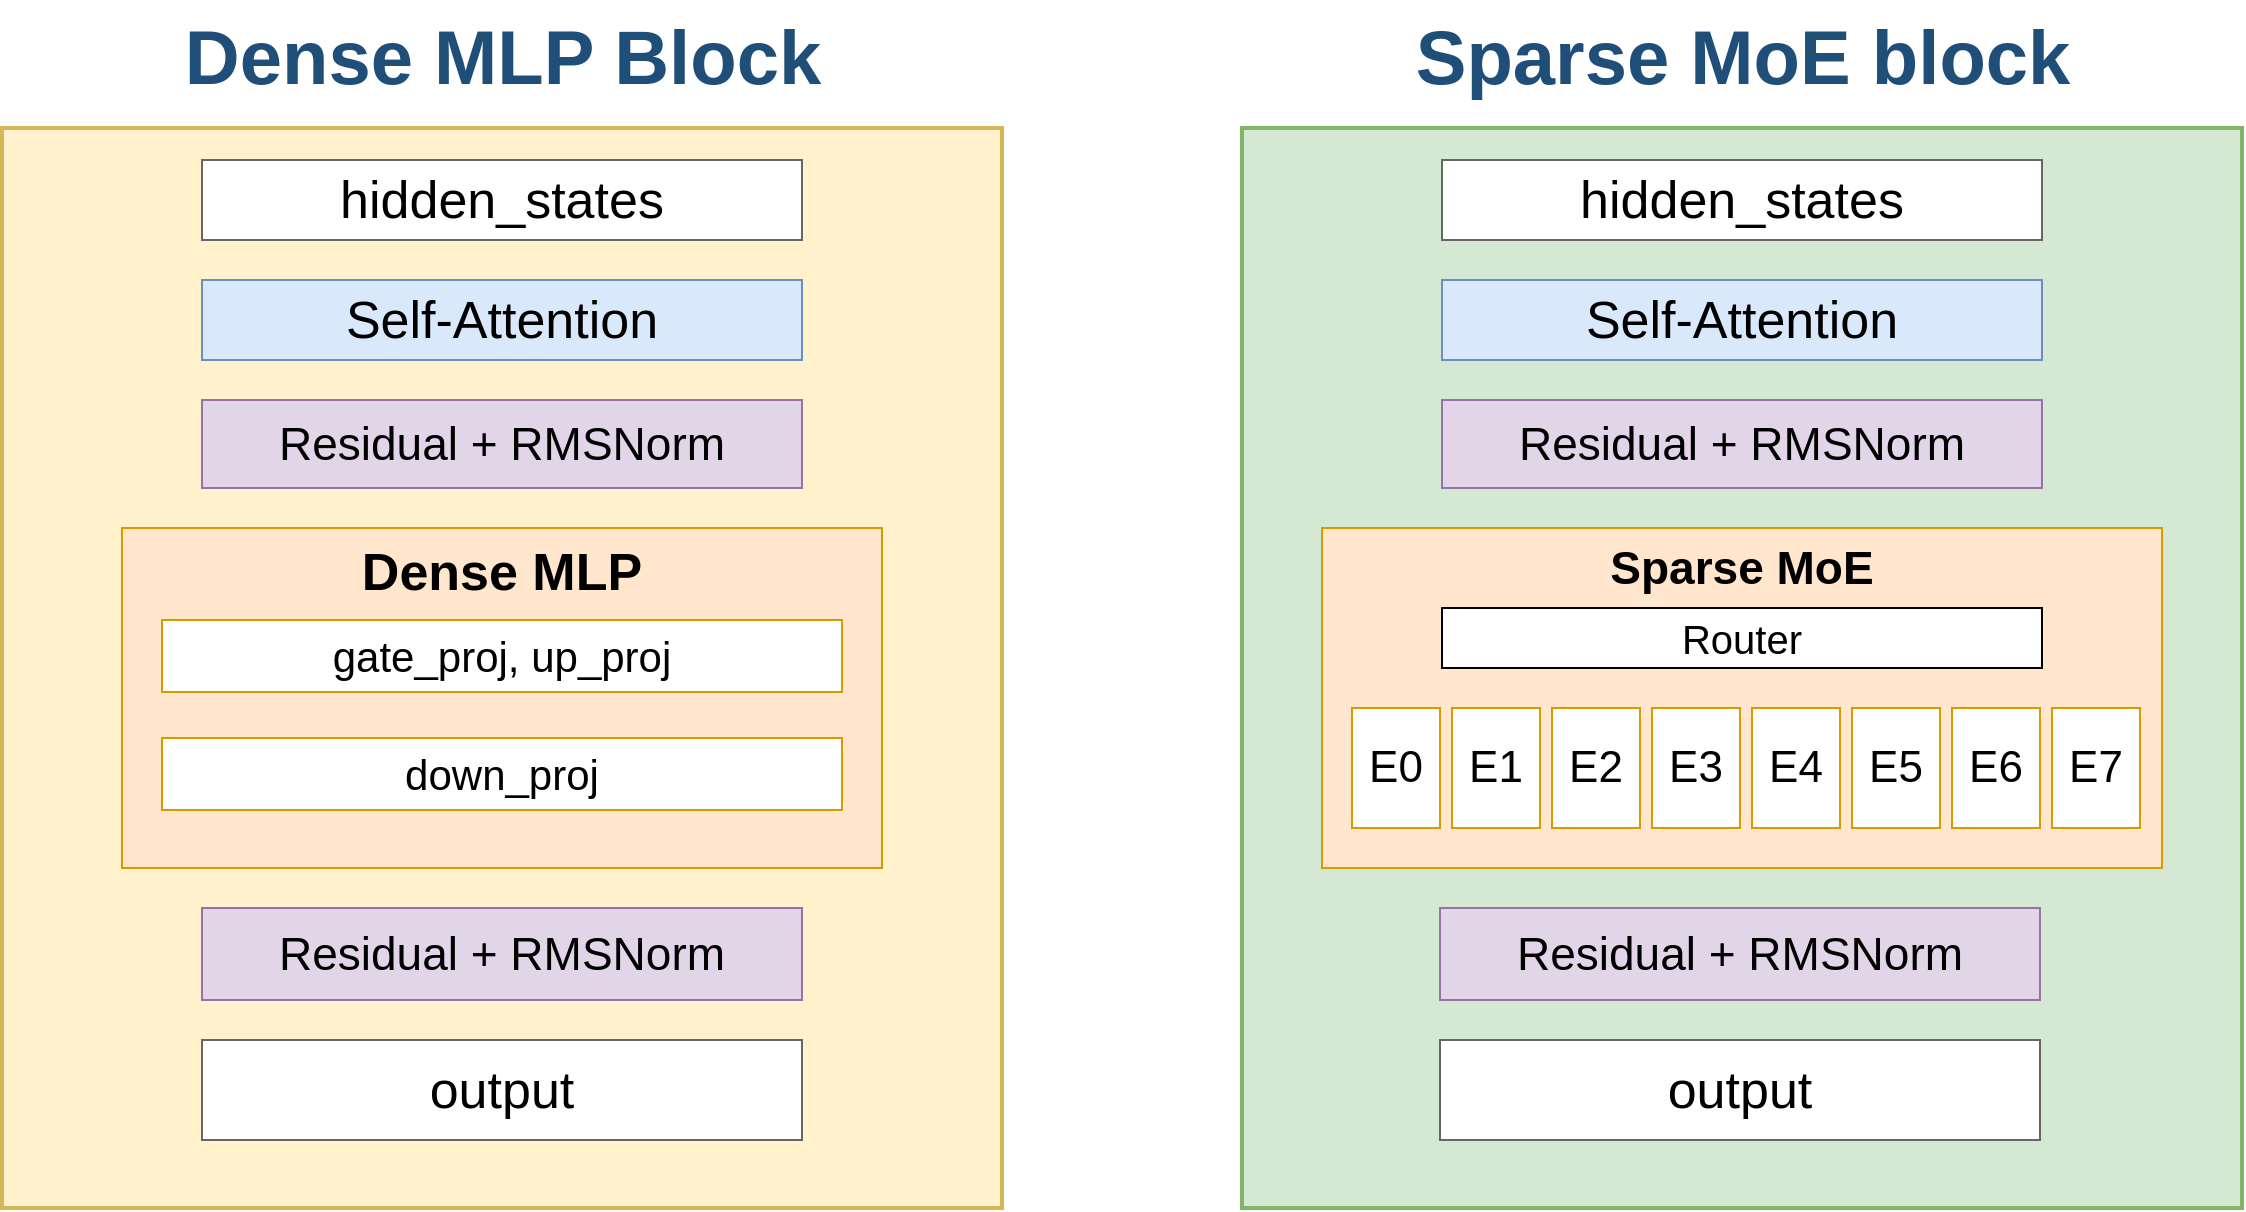
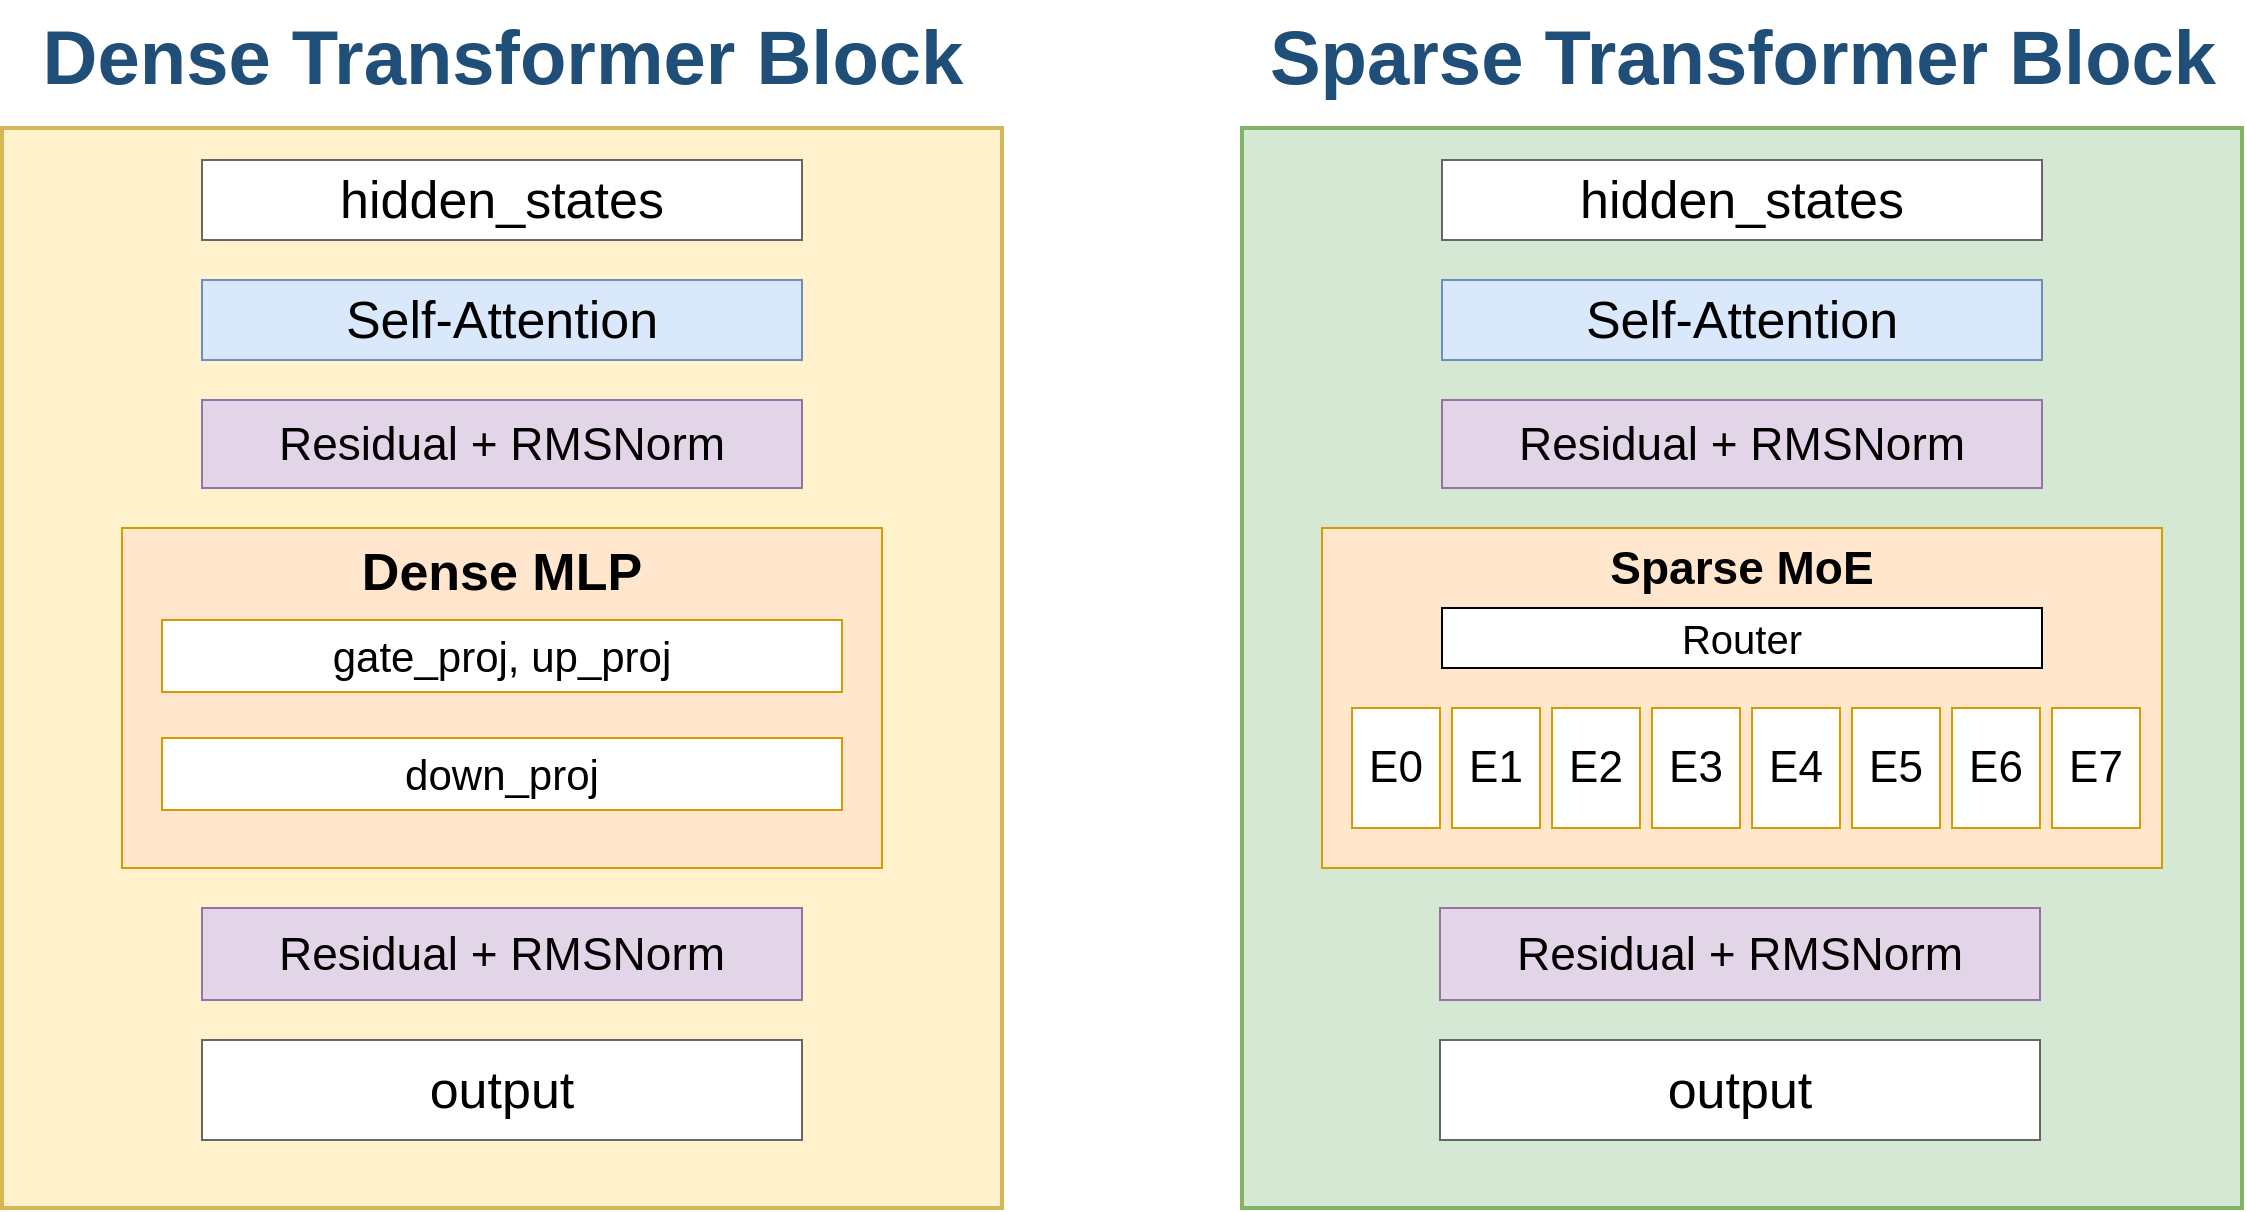
<mxfile host="65bd71144e">
    <diagram name="dense-to-sparse" id="dense-to-sparse">
-         <mxGraphModel dx="1967" dy="725" grid="1" gridSize="10" guides="1" tooltips="1" connect="1" arrows="1" fold="1" page="1" pageScale="1" pageWidth="1168" pageHeight="628" math="0" shadow="0">
+         <mxGraphModel dx="858" dy="928" grid="1" gridSize="10" guides="1" tooltips="1" connect="1" arrows="1" fold="1" page="1" pageScale="1" pageWidth="1168" pageHeight="628" math="0" shadow="0">
            <root>
                <mxCell id="0"/>
                <mxCell id="1" parent="0"/>
-                 <mxCell id="title_l" value="Dense MLP Block" style="text;html=1;align=center;fontSize=38;fontStyle=1;fontColor=#1F4E79;" parent="1" vertex="1">
+                 <mxCell id="title_l" value="Dense Transformer Block" style="text;html=1;align=center;fontSize=38;fontStyle=1;fontColor=#1F4E79;" parent="1" vertex="1">
                    <mxGeometry x="24" width="500" height="32" as="geometry"/>
                </mxCell>
-                 <mxCell id="title_r" value="Sparse MoE block" style="text;html=1;align=center;fontSize=38;fontStyle=1;fontColor=#1F4E79;" parent="1" vertex="1">
+                 <mxCell id="title_r" value="Sparse Transformer Block" style="text;html=1;align=center;fontSize=38;fontStyle=1;fontColor=#1F4E79;" parent="1" vertex="1">
                    <mxGeometry x="644" width="500" height="32" as="geometry"/>
                </mxCell>
                <mxCell id="box_l" value="" style="rounded=0;whiteSpace=wrap;html=1;fillColor=#FFF2CC;strokeColor=#D6B656;strokeWidth=2;" parent="1" vertex="1">
                    <mxGeometry x="24" y="64" width="500" height="540" as="geometry"/>
                </mxCell>
                <mxCell id="box_r" value="" style="rounded=0;whiteSpace=wrap;html=1;fillColor=#D5E8D4;strokeColor=#82B366;strokeWidth=2;" parent="1" vertex="1">
                    <mxGeometry x="644" y="64" width="500" height="540" as="geometry"/>
                </mxCell>
                <mxCell id="l_in" value="hidden_states" style="rounded=0;whiteSpace=wrap;html=1;fillColor=#ffffff;strokeColor=#666;fontSize=26;" parent="1" vertex="1">
                    <mxGeometry x="124" y="80" width="300" height="40" as="geometry"/>
                </mxCell>
                <mxCell id="l_attn" value="Self-Attention" style="rounded=0;whiteSpace=wrap;html=1;fillColor=#DAE8FC;strokeColor=#6C8EBF;fontSize=26;" parent="1" vertex="1">
                    <mxGeometry x="124" y="140" width="300" height="40" as="geometry"/>
                </mxCell>
                <mxCell id="l_norm1" value="Residual + RMSNorm" style="rounded=0;whiteSpace=wrap;html=1;fillColor=#E1D5E7;strokeColor=#9673A6;fontSize=23;" parent="1" vertex="1">
                    <mxGeometry x="124" y="200" width="300" height="44" as="geometry"/>
                </mxCell>
                <mxCell id="l_mlp" value="Dense MLP" style="rounded=0;whiteSpace=wrap;html=1;fillColor=#FFE6CC;strokeColor=#D79B00;fontSize=26;fontStyle=1;verticalAlign=top;" parent="1" vertex="1">
                    <mxGeometry x="84" y="264" width="380" height="170" as="geometry"/>
                </mxCell>
                <mxCell id="l_w13" value="&lt;font style=&quot;font-size: 21px;&quot;&gt;gate_proj, up_proj&lt;/font&gt;" style="rounded=0;whiteSpace=wrap;html=1;fillColor=#ffffff;strokeColor=#D79B00;fontSize=23;" parent="1" vertex="1">
                    <mxGeometry x="104" y="310" width="340" height="36" as="geometry"/>
                </mxCell>
                <mxCell id="l_w2" value="&lt;font style=&quot;font-size: 21px;&quot;&gt;down_proj&lt;/font&gt;" style="rounded=0;whiteSpace=wrap;html=1;fillColor=#ffffff;strokeColor=#D79B00;fontSize=23;" parent="1" vertex="1">
                    <mxGeometry x="104" y="369" width="340" height="36" as="geometry"/>
                </mxCell>
                <mxCell id="l_norm2" value="Residual + RMSNorm" style="rounded=0;whiteSpace=wrap;html=1;fillColor=#E1D5E7;strokeColor=#9673A6;fontSize=23;" parent="1" vertex="1">
                    <mxGeometry x="124" y="454" width="300" height="46" as="geometry"/>
                </mxCell>
                <mxCell id="l_out" value="output" style="rounded=0;whiteSpace=wrap;html=1;fillColor=#ffffff;strokeColor=#666;fontSize=26;" parent="1" vertex="1">
                    <mxGeometry x="124" y="520" width="300" height="50" as="geometry"/>
                </mxCell>
                <mxCell id="r_in" value="hidden_states" style="rounded=0;whiteSpace=wrap;html=1;fillColor=#ffffff;strokeColor=#666;fontSize=26;" parent="1" vertex="1">
                    <mxGeometry x="744" y="80" width="300" height="40" as="geometry"/>
                </mxCell>
                <mxCell id="r_attn" value="Self-Attention" style="rounded=0;whiteSpace=wrap;html=1;fillColor=#DAE8FC;strokeColor=#6C8EBF;fontSize=26;" parent="1" vertex="1">
                    <mxGeometry x="744" y="140" width="300" height="40" as="geometry"/>
                </mxCell>
                <mxCell id="r_norm1" value="Residual + RMSNorm" style="rounded=0;whiteSpace=wrap;html=1;fillColor=#E1D5E7;strokeColor=#9673A6;fontSize=23;" parent="1" vertex="1">
                    <mxGeometry x="744" y="200" width="300" height="44" as="geometry"/>
                </mxCell>
                <mxCell id="r_experts" value="Sparse MoE" style="rounded=0;whiteSpace=wrap;html=1;fillColor=#FFE6CC;strokeColor=#D79B00;fontSize=23;fontStyle=1;verticalAlign=top;" parent="1" vertex="1">
                    <mxGeometry x="684" y="264" width="420" height="170" as="geometry"/>
                </mxCell>
                <mxCell id="e0" value="E0" style="rounded=0;whiteSpace=wrap;html=1;fillColor=#ffffff;strokeColor=#D79B00;fontSize=22;" parent="1" vertex="1">
                    <mxGeometry x="699" y="354" width="44" height="60" as="geometry"/>
                </mxCell>
                <mxCell id="e1" value="E1" style="rounded=0;whiteSpace=wrap;html=1;fillColor=#ffffff;strokeColor=#D79B00;fontSize=22;" parent="1" vertex="1">
                    <mxGeometry x="749" y="354" width="44" height="60" as="geometry"/>
                </mxCell>
                <mxCell id="e2" value="E2" style="rounded=0;whiteSpace=wrap;html=1;fillColor=#ffffff;strokeColor=#D79B00;fontSize=22;" parent="1" vertex="1">
                    <mxGeometry x="799" y="354" width="44" height="60" as="geometry"/>
                </mxCell>
                <mxCell id="e3" value="E3" style="rounded=0;whiteSpace=wrap;html=1;fillColor=#ffffff;strokeColor=#D79B00;fontSize=22;" parent="1" vertex="1">
                    <mxGeometry x="849" y="354" width="44" height="60" as="geometry"/>
                </mxCell>
                <mxCell id="e4" value="E4" style="rounded=0;whiteSpace=wrap;html=1;fillColor=#ffffff;strokeColor=#D79B00;fontSize=22;" parent="1" vertex="1">
                    <mxGeometry x="899" y="354" width="44" height="60" as="geometry"/>
                </mxCell>
                <mxCell id="e5" value="E5" style="rounded=0;whiteSpace=wrap;html=1;fillColor=#ffffff;strokeColor=#D79B00;fontSize=22;" parent="1" vertex="1">
                    <mxGeometry x="949" y="354" width="44" height="60" as="geometry"/>
                </mxCell>
                <mxCell id="e6" value="E6" style="rounded=0;whiteSpace=wrap;html=1;fillColor=#ffffff;strokeColor=#D79B00;fontSize=22;" parent="1" vertex="1">
                    <mxGeometry x="999" y="354" width="44" height="60" as="geometry"/>
                </mxCell>
                <mxCell id="e7" value="E7" style="rounded=0;whiteSpace=wrap;html=1;fillColor=#ffffff;strokeColor=#D79B00;fontSize=22;" parent="1" vertex="1">
                    <mxGeometry x="1049" y="354" width="44" height="60" as="geometry"/>
                </mxCell>
                <mxCell id="r_norm2" value="Residual + RMSNorm" style="rounded=0;whiteSpace=wrap;html=1;fillColor=#E1D5E7;strokeColor=#9673A6;fontSize=23;" parent="1" vertex="1">
                    <mxGeometry x="743" y="454" width="300" height="46" as="geometry"/>
                </mxCell>
                <mxCell id="r_out" value="output" style="rounded=0;whiteSpace=wrap;html=1;fillColor=#ffffff;strokeColor=#666;fontSize=26;" parent="1" vertex="1">
                    <mxGeometry x="743" y="520" width="300" height="50" as="geometry"/>
                </mxCell>
                <mxCell id="r_router" value="&lt;span style=&quot;font-weight: normal;&quot;&gt;&lt;font style=&quot;font-size: 20px;&quot;&gt;Router&lt;/font&gt;&lt;/span&gt;" style="rounded=0;whiteSpace=wrap;html=1;fontSize=23;fontStyle=1;" parent="1" vertex="1">
                    <mxGeometry x="744" y="304" width="300" height="30" as="geometry"/>
                </mxCell>
            </root>
        </mxGraphModel>
    </diagram>
</mxfile>